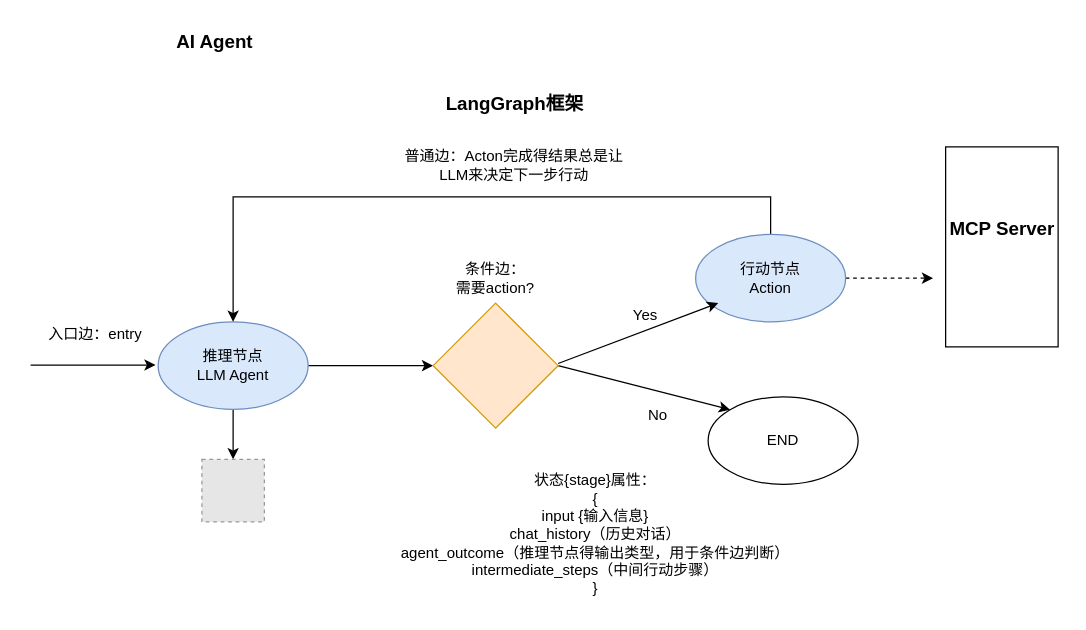
Before: docs/Agent架构.drawio in songyanping/aiops-insight, a draw.io diagram. Source tidied: cells renumbered, new cells numbered last; positions are measured from the earlier drawing's top-left corner, leaving out a move shared by most shapes. Both pictures are drawn from the tidied source at 125%, with x=0, y=0 at pixel (30, 21). Pictures stored in the file or linked from it are replaced by grey dashed boxes.
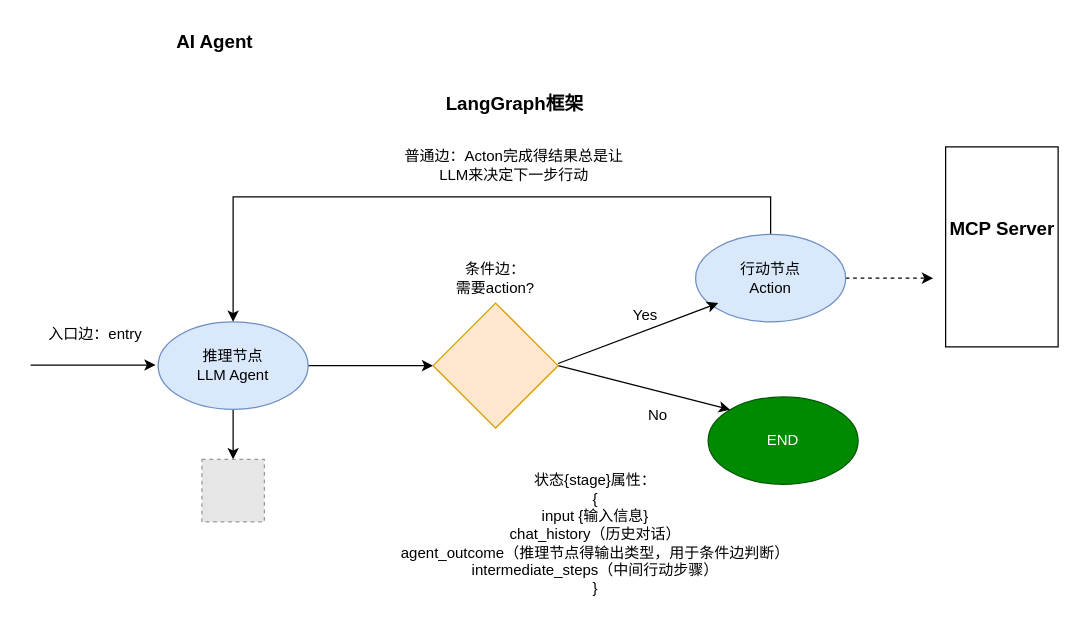
The same diagram, later.

Change to the diagram source:
```diff
@@
-    <mxCell id="12" value="END" style="ellipse;whiteSpace=wrap;html=1;" parent="1" vertex="1">
+    <mxCell id="12" value="END" style="ellipse;whiteSpace=wrap;html=1;fillColor=#008a00;fontColor=#ffffff;strokeColor=#005700;" parent="1" vertex="1">
       <mxGeometry x="542" y="300" width="120" height="70" as="geometry" />
     </mxCell>
```
